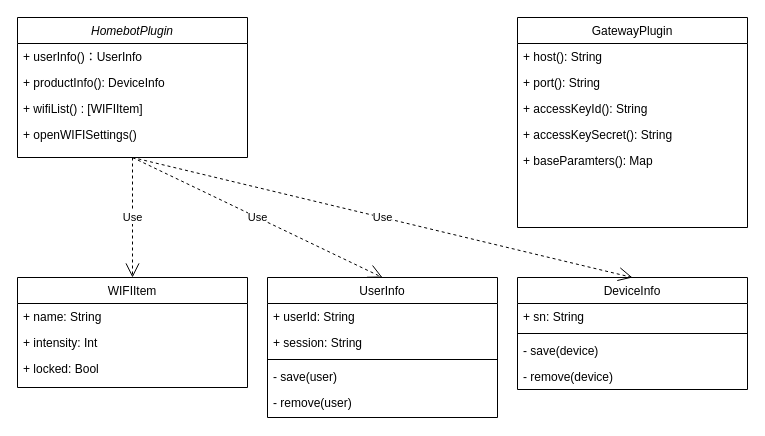
Before: 未命名绘图.drawio in dev-dylan/draw.io, a draw.io diagram. Source tidied: cells renumbered, new cells numbered last; positions are measured from the earlier drawing's top-left corner, leaving out a move shared by most shapes. Both pictures are drawn from the tidied source at 100%, with x=0, y=0 at pixel (17, 17).
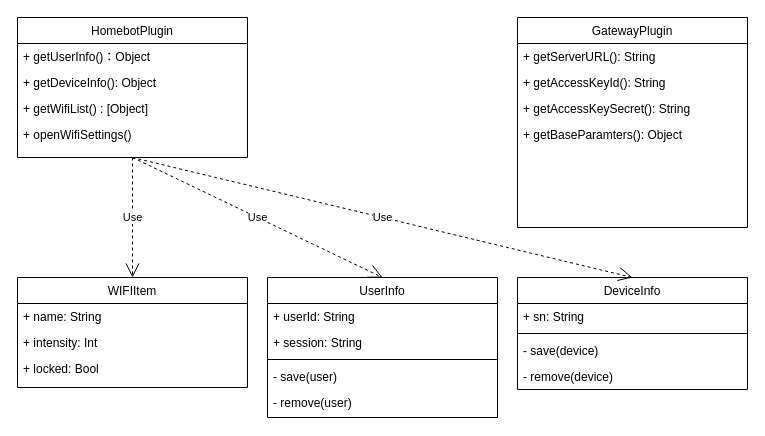
After the change.

Commit message:
更新未命名绘图.drawio

Unchanged cells that the change refers to:
```xml
<mxCell id="7" value="GatewayPlugin" style="swimlane;fontStyle=0;align=center;verticalAlign=top;horizontal=1;startSize=26;rounded=0;shadow=0;strokeWidth=1;" parent="1" vertex="1">
  <mxGeometry x="500" width="230" height="210" as="geometry" />
</mxCell>
```

What changed in the source:
```diff
@@
-    <mxCell id="2" value="HomebotPlugin" style="swimlane;fontStyle=2;align=center;verticalAlign=top;horizontal=1;startSize=26;rounded=0;shadow=0;strokeWidth=1;" parent="1" vertex="1">
+    <mxCell id="2" value="HomebotPlugin" style="swimlane;fontStyle=0;align=center;verticalAlign=top;horizontal=1;startSize=26;rounded=0;shadow=0;strokeWidth=1;" parent="1" vertex="1">
       <mxGeometry width="230" height="140" as="geometry" />
     </mxCell>
-    <mxCell id="3" value="+ userInfo()：UserInfo" style="text;align=left;verticalAlign=top;spacingLeft=4;spacingRight=4;overflow=hidden;" parent="2" vertex="1">
+    <mxCell id="3" value="+ getUserInfo()：Object" style="text;align=left;verticalAlign=top;spacingLeft=4;spacingRight=4;overflow=hidden;" parent="2" vertex="1">
       <mxGeometry y="26" width="230" height="26" as="geometry" />
     </mxCell>
-    <mxCell id="4" value="+ productInfo(): DeviceInfo" style="text;align=left;verticalAlign=top;spacingLeft=4;spacingRight=4;overflow=hidden;rounded=0;shadow=0;html=0;" parent="2" vertex="1">
+    <mxCell id="4" value="+ getDeviceInfo(): Object" style="text;align=left;verticalAlign=top;spacingLeft=4;spacingRight=4;overflow=hidden;rounded=0;shadow=0;html=0;" parent="2" vertex="1">
       <mxGeometry y="52" width="230" height="26" as="geometry" />
     </mxCell>
-    <mxCell id="5" value="+ wifiList() : [WIFIItem]&#10;&#10;" style="text;align=left;verticalAlign=top;spacingLeft=4;spacingRight=4;overflow=hidden;rounded=0;shadow=0;html=0;" parent="2" vertex="1">
+    <mxCell id="5" value="+ getWifiList() : [Object]&#10;&#10;" style="text;align=left;verticalAlign=top;spacingLeft=4;spacingRight=4;overflow=hidden;rounded=0;shadow=0;html=0;" parent="2" vertex="1">
       <mxGeometry y="78" width="230" height="26" as="geometry" />
     </mxCell>
-    <mxCell id="6" value="+ openWIFISettings()&#10;&#10;" style="text;align=left;verticalAlign=top;spacingLeft=4;spacingRight=4;overflow=hidden;rounded=0;shadow=0;html=0;" parent="2" vertex="1">
+    <mxCell id="6" value="+ openWifiSettings()&#10;&#10;" style="text;align=left;verticalAlign=top;spacingLeft=4;spacingRight=4;overflow=hidden;rounded=0;shadow=0;html=0;" parent="2" vertex="1">
       <mxGeometry y="104" width="230" height="26" as="geometry" />
     </mxCell>
@@
-    <mxCell id="8" value="+ host(): String" style="text;align=left;verticalAlign=top;spacingLeft=4;spacingRight=4;overflow=hidden;" parent="7" vertex="1">
+    <mxCell id="8" value="+ getServerURL(): String" style="text;align=left;verticalAlign=top;spacingLeft=4;spacingRight=4;overflow=hidden;" parent="7" vertex="1">
       <mxGeometry y="26" width="230" height="26" as="geometry" />
     </mxCell>
-    <mxCell id="9" value="+ port(): String&#10;" style="text;align=left;verticalAlign=top;spacingLeft=4;spacingRight=4;overflow=hidden;rounded=0;shadow=0;html=0;" parent="7" vertex="1">
-      <mxGeometry y="52" width="230" height="26" as="geometry" />
-    </mxCell>
-    <mxCell id="10" value="+ accessKeyId(): String&#10;" style="text;align=left;verticalAlign=top;spacingLeft=4;spacingRight=4;overflow=hidden;rounded=0;shadow=0;html=0;" parent="7" vertex="1">
-      <mxGeometry y="78" width="230" height="26" as="geometry" />
+    <mxCell id="10" value="+ getAccessKeyId(): String&#10;" style="text;align=left;verticalAlign=top;spacingLeft=4;spacingRight=4;overflow=hidden;rounded=0;shadow=0;html=0;" parent="7" vertex="1">
+      <mxGeometry y="52" width="230" height="26" as="geometry" />
     </mxCell>
-    <mxCell id="11" value="+ accessKeySecret(): String" style="text;align=left;verticalAlign=top;spacingLeft=4;spacingRight=4;overflow=hidden;rounded=0;shadow=0;html=0;" parent="7" vertex="1">
-      <mxGeometry y="104" width="230" height="26" as="geometry" />
+    <mxCell id="11" value="+ getAccessKeySecret(): String" style="text;align=left;verticalAlign=top;spacingLeft=4;spacingRight=4;overflow=hidden;rounded=0;shadow=0;html=0;" parent="7" vertex="1">
+      <mxGeometry y="78" width="230" height="26" as="geometry" />
     </mxCell>
-    <mxCell id="12" value="+ baseParamters(): Map" style="text;align=left;verticalAlign=top;spacingLeft=4;spacingRight=4;overflow=hidden;rounded=0;shadow=0;html=0;" parent="7" vertex="1">
-      <mxGeometry y="130" width="230" height="26" as="geometry" />
+    <mxCell id="12" value="+ getBaseParamters(): Object" style="text;align=left;verticalAlign=top;spacingLeft=4;spacingRight=4;overflow=hidden;rounded=0;shadow=0;html=0;" parent="7" vertex="1">
+      <mxGeometry y="104" width="230" height="26" as="geometry" />
     </mxCell>
```
